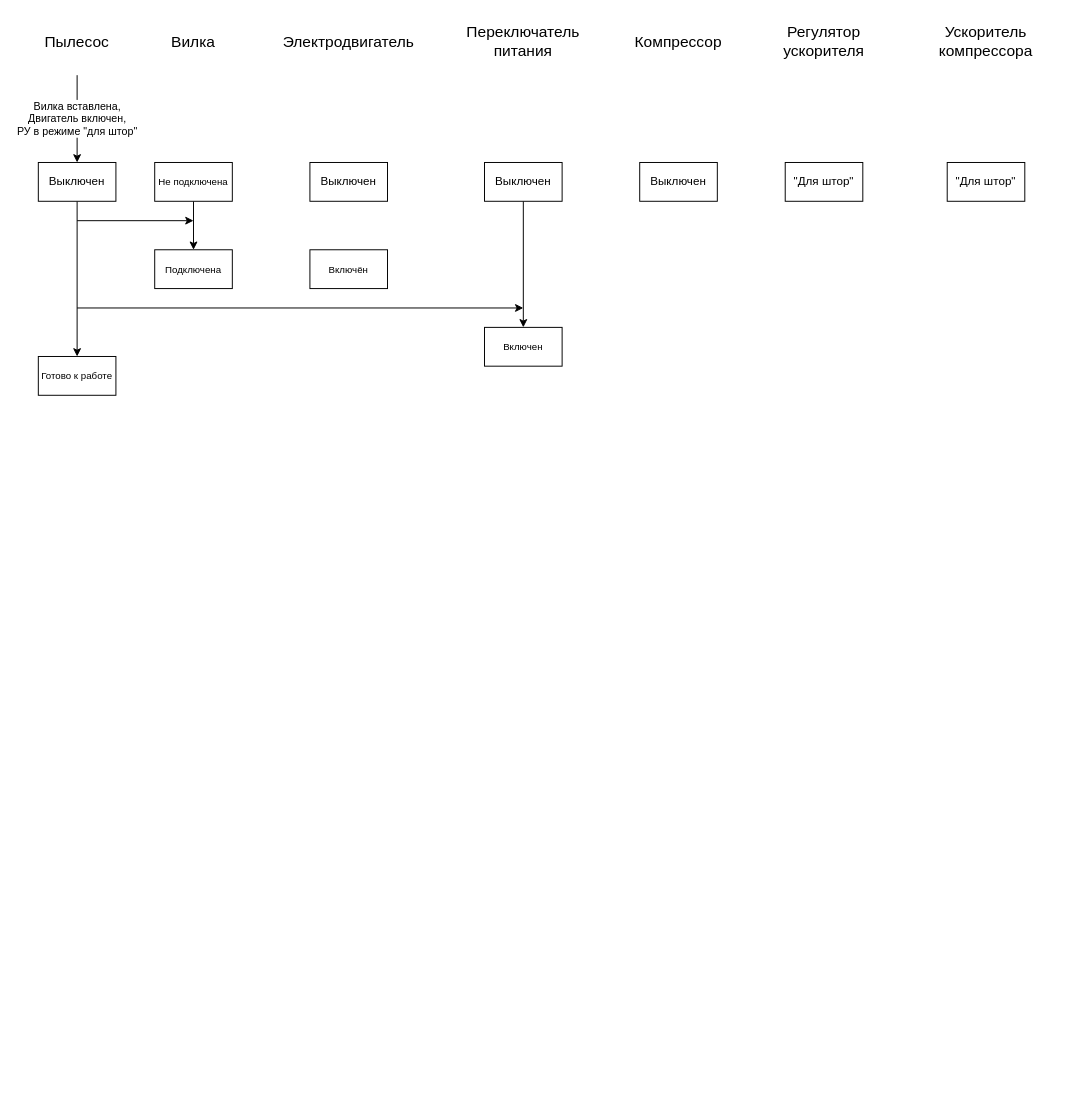
The draw.io diagram page "КУ" (4 of 5) of OOP/Lab_05/vacuum_cleaner.drawio in Yokud/4_sem_SE, before the edit. Source tidied: cells renumbered, new cells numbered last; positions are measured from the earlier drawing's top-left corner, leaving out a move shared by most shapes. Both pictures are drawn from the tidied source at 97%, with x=0, y=0 at pixel (18, 16).
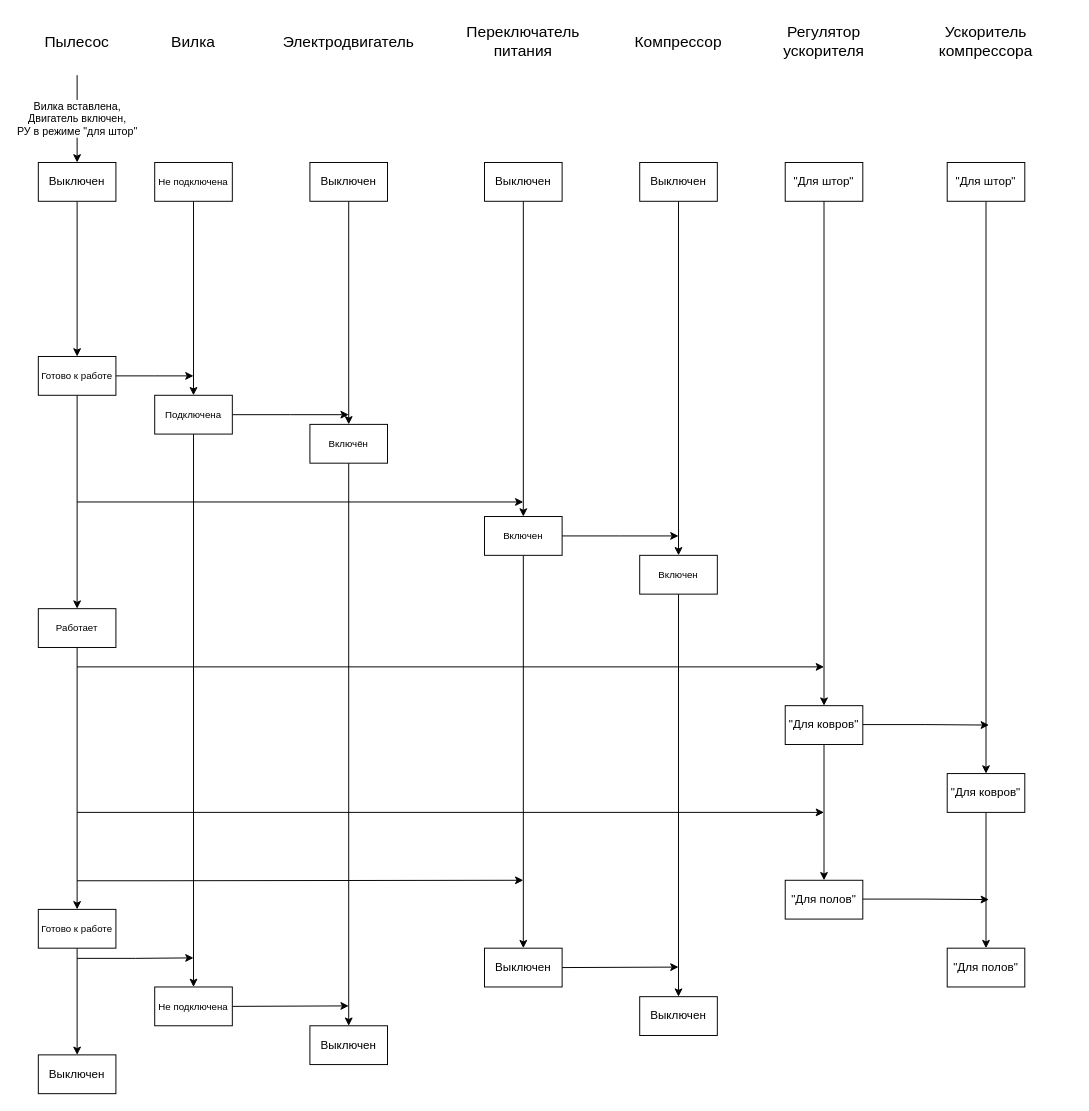
The same page after the edit.

Unchanged cells that the change refers to:
```xml
<mxCell id="14" value="Выключен" style="rounded=0;whiteSpace=wrap;html=1;" parent="1" vertex="1">
  <mxGeometry x="300" y="150" width="80" height="40" as="geometry" />
</mxCell>
<mxCell id="17" value="Выключен" style="rounded=0;whiteSpace=wrap;html=1;" parent="1" vertex="1">
  <mxGeometry x="640" y="150" width="80" height="40" as="geometry" />
</mxCell>
<mxCell id="18" value="&quot;Для штор&quot;" style="rounded=0;whiteSpace=wrap;html=1;" parent="1" vertex="1">
  <mxGeometry x="790" y="150" width="80" height="40" as="geometry" />
</mxCell>
<mxCell id="19" value="&quot;Для штор&quot;" style="rounded=0;whiteSpace=wrap;html=1;" parent="1" vertex="1">
  <mxGeometry x="957" y="150" width="80" height="40" as="geometry" />
</mxCell>
<mxCell id="22" value="&lt;span style=&quot;font-size: 10px&quot;&gt;Готово к работе&lt;/span&gt;" style="rounded=0;whiteSpace=wrap;html=1;" parent="1" vertex="1">
  <mxGeometry x="20" y="350" width="80" height="40" as="geometry" />
</mxCell>
```

What changed in the source:
```diff
@@
+    <mxCell id="26" style="edgeStyle=orthogonalEdgeStyle;rounded=0;jettySize=auto;html=1;exitX=0.5;exitY=1;exitDx=0;exitDy=0;entryX=0.5;entryY=0;entryDx=0;entryDy=0;" parent="1" edge="1" source="14" target="25">
+      <mxGeometry relative="1" as="geometry" />
+    </mxCell>
@@
+    <mxCell id="27" style="edgeStyle=orthogonalEdgeStyle;rounded=0;jettySize=auto;html=1;exitX=0.5;exitY=1;exitDx=0;exitDy=0;entryX=0.5;entryY=0;entryDx=0;entryDy=0;" parent="1" edge="1" source="17" target="41">
+      <mxGeometry relative="1" as="geometry" />
+    </mxCell>
@@
+    <mxCell id="28" style="edgeStyle=orthogonalEdgeStyle;rounded=0;jettySize=auto;html=1;exitX=0.5;exitY=1;exitDx=0;exitDy=0;entryX=0.5;entryY=0;entryDx=0;entryDy=0;" parent="1" edge="1" source="18" target="44">
+      <mxGeometry relative="1" as="geometry" />
+    </mxCell>
@@
+    <mxCell id="29" style="edgeStyle=orthogonalEdgeStyle;rounded=0;jettySize=auto;html=1;exitX=0.5;exitY=1;exitDx=0;exitDy=0;entryX=0.5;entryY=0;entryDx=0;entryDy=0;" parent="1" edge="1" source="19" target="51">
+      <mxGeometry relative="1" as="geometry" />
+    </mxCell>
@@
+    <mxCell id="30" style="edgeStyle=orthogonalEdgeStyle;rounded=0;jettySize=auto;html=1;exitX=1;exitY=0.5;exitDx=0;exitDy=0;" parent="1" edge="1" source="20">
+      <mxGeometry relative="1" as="geometry">
+        <mxPoint x="340" y="410" as="targetPoint" />
+      </mxGeometry>
+    </mxCell>
+    <mxCell id="31" style="edgeStyle=orthogonalEdgeStyle;rounded=0;jettySize=auto;html=1;exitX=0.5;exitY=1;exitDx=0;exitDy=0;entryX=0.5;entryY=0;entryDx=0;entryDy=0;" parent="1" edge="1" source="20" target="60">
+      <mxGeometry relative="1" as="geometry" />
+    </mxCell>
     <mxCell id="20" value="&lt;font style=&quot;font-size: 10px&quot;&gt;Подключена&lt;/font&gt;" style="rounded=0;whiteSpace=wrap;html=1;" parent="1" vertex="1">
-      <mxGeometry x="140" y="240" width="80" height="40" as="geometry" />
+      <mxGeometry x="140" y="390" width="80" height="40" as="geometry" />
     </mxCell>
+    <mxCell id="32" style="edgeStyle=orthogonalEdgeStyle;rounded=0;jettySize=auto;html=1;exitX=1;exitY=0.5;exitDx=0;exitDy=0;" parent="1" edge="1" source="21">
+      <mxGeometry relative="1" as="geometry">
+        <mxPoint x="680" y="535" as="targetPoint" />
+      </mxGeometry>
+    </mxCell>
+    <mxCell id="33" style="edgeStyle=orthogonalEdgeStyle;rounded=0;jettySize=auto;html=1;exitX=0.5;exitY=1;exitDx=0;exitDy=0;entryX=0.5;entryY=0;entryDx=0;entryDy=0;" parent="1" edge="1" source="21" target="56">
+      <mxGeometry relative="1" as="geometry" />
+    </mxCell>
     <mxCell id="21" value="&lt;font style=&quot;font-size: 10px&quot;&gt;Включен&lt;/font&gt;" style="rounded=0;whiteSpace=wrap;html=1;" parent="1" vertex="1">
-      <mxGeometry x="480" y="320" width="80" height="40" as="geometry" />
+      <mxGeometry x="480" y="515" width="80" height="40" as="geometry" />
     </mxCell>
+    <mxCell id="34" style="edgeStyle=orthogonalEdgeStyle;rounded=0;jettySize=auto;html=1;exitX=1;exitY=0.5;exitDx=0;exitDy=0;" parent="1" edge="1" source="22">
+      <mxGeometry relative="1" as="geometry">
+        <mxPoint x="180" y="370" as="targetPoint" />
+      </mxGeometry>
+    </mxCell>
+    <mxCell id="35" style="edgeStyle=orthogonalEdgeStyle;rounded=0;jettySize=auto;html=1;exitX=0.5;exitY=1;exitDx=0;exitDy=0;entryX=0.5;entryY=0;entryDx=0;entryDy=0;" parent="1" edge="1" source="22" target="38">
+      <mxGeometry relative="1" as="geometry" />
+    </mxCell>
@@
-    <mxCell id="23" style="endArrow=classic;html=1;" parent="1" edge="1">
-      <mxGeometry relative="1" as="geometry">
-        <mxPoint x="60" y="210" as="sourcePoint" />
-        <mxPoint x="180" y="210" as="targetPoint" />
-      </mxGeometry>
-    </mxCell>
-    <mxCell id="24" style="endArrow=classic;html=1;" parent="1" edge="1">
-      <mxGeometry relative="1" as="geometry">
-        <mxPoint x="60" y="300" as="sourcePoint" />
-        <mxPoint x="520" y="300" as="targetPoint" />
-      </mxGeometry>
-    </mxCell>
+    <mxCell id="36" style="edgeStyle=orthogonalEdgeStyle;rounded=0;jettySize=auto;html=1;exitX=0.5;exitY=1;exitDx=0;exitDy=0;entryX=0.5;entryY=0;entryDx=0;entryDy=0;" parent="1" edge="1" source="25" target="58">
+      <mxGeometry relative="1" as="geometry" />
+    </mxCell>
     <mxCell id="25" value="&lt;font style=&quot;font-size: 10px&quot;&gt;Включён&lt;/font&gt;" style="rounded=0;whiteSpace=wrap;html=1;" parent="1" vertex="1">
-      <mxGeometry x="300" y="240" width="80" height="40" as="geometry" />
+      <mxGeometry x="300" y="420" width="80" height="40" as="geometry" />
     </mxCell>
+    <mxCell id="37" style="edgeStyle=orthogonalEdgeStyle;rounded=0;jettySize=auto;html=1;exitX=0.5;exitY=1;exitDx=0;exitDy=0;entryX=0.5;entryY=0;entryDx=0;entryDy=0;" parent="1" edge="1" source="38" target="47">
+      <mxGeometry relative="1" as="geometry" />
+    </mxCell>
+    <mxCell id="38" value="&lt;span style=&quot;font-size: 10px&quot;&gt;Работает&lt;/span&gt;" style="rounded=0;whiteSpace=wrap;html=1;" parent="1" vertex="1">
+      <mxGeometry x="20" y="610" width="80" height="40" as="geometry" />
+    </mxCell>
+    <mxCell id="39" style="endArrow=classic;html=1;" parent="1" edge="1">
+      <mxGeometry relative="1" as="geometry">
+        <mxPoint x="60" y="500" as="sourcePoint" />
+        <mxPoint x="520" y="500" as="targetPoint" />
+      </mxGeometry>
+    </mxCell>
+    <mxCell id="40" style="edgeStyle=orthogonalEdgeStyle;rounded=0;jettySize=auto;html=1;exitX=0.5;exitY=1;exitDx=0;exitDy=0;entryX=0.5;entryY=0;entryDx=0;entryDy=0;" parent="1" edge="1" source="41" target="57">
+      <mxGeometry relative="1" as="geometry" />
+    </mxCell>
+    <mxCell id="41" value="&lt;font style=&quot;font-size: 10px&quot;&gt;Включен&lt;/font&gt;" style="rounded=0;whiteSpace=wrap;html=1;" parent="1" vertex="1">
+      <mxGeometry x="640" y="555" width="80" height="40" as="geometry" />
+    </mxCell>
+    <mxCell id="42" value="Выключен" style="rounded=0;whiteSpace=wrap;html=1;" parent="1" vertex="1">
+      <mxGeometry x="20" y="1070" width="80" height="40" as="geometry" />
+    </mxCell>
+    <mxCell id="43" style="edgeStyle=orthogonalEdgeStyle;rounded=0;jettySize=auto;html=1;exitX=0.5;exitY=1;exitDx=0;exitDy=0;" parent="1" edge="1" source="44" target="45">
+      <mxGeometry relative="1" as="geometry" />
+    </mxCell>
+    <mxCell id="44" value="&quot;Для ковров&quot;" style="rounded=0;whiteSpace=wrap;html=1;" parent="1" vertex="1">
+      <mxGeometry x="790" y="710" width="80" height="40" as="geometry" />
+    </mxCell>
+    <mxCell id="45" value="&quot;Для полов&quot;" style="rounded=0;whiteSpace=wrap;html=1;" parent="1" vertex="1">
+      <mxGeometry x="790" y="890" width="80" height="40" as="geometry" />
+    </mxCell>
+    <mxCell id="46" style="edgeStyle=orthogonalEdgeStyle;rounded=0;jettySize=auto;html=1;exitX=0.5;exitY=1;exitDx=0;exitDy=0;" parent="1" edge="1" source="47" target="42">
+      <mxGeometry relative="1" as="geometry" />
+    </mxCell>
+    <mxCell id="47" value="&lt;span style=&quot;font-size: 10px&quot;&gt;Готово к работе&lt;/span&gt;" style="rounded=0;whiteSpace=wrap;html=1;" parent="1" vertex="1">
+      <mxGeometry x="20" y="920" width="80" height="40" as="geometry" />
+    </mxCell>
+    <mxCell id="48" style="endArrow=classic;html=1;" parent="1" edge="1">
+      <mxGeometry relative="1" as="geometry">
+        <mxPoint x="60" y="670" as="sourcePoint" />
+        <mxPoint x="830" y="670" as="targetPoint" />
+      </mxGeometry>
+    </mxCell>
+    <mxCell id="49" style="endArrow=classic;html=1;" parent="1" edge="1">
+      <mxGeometry relative="1" as="geometry">
+        <mxPoint x="60" y="820" as="sourcePoint" />
+        <mxPoint x="830" y="820" as="targetPoint" />
+      </mxGeometry>
+    </mxCell>
+    <mxCell id="50" style="edgeStyle=orthogonalEdgeStyle;rounded=0;jettySize=auto;html=1;exitX=0.5;exitY=1;exitDx=0;exitDy=0;entryX=0.5;entryY=0;entryDx=0;entryDy=0;" parent="1" edge="1" source="51" target="52">
+      <mxGeometry relative="1" as="geometry" />
+    </mxCell>
+    <mxCell id="51" value="&quot;Для ковров&quot;" style="rounded=0;whiteSpace=wrap;html=1;" parent="1" vertex="1">
+      <mxGeometry x="957" y="780" width="80" height="40" as="geometry" />
+    </mxCell>
+    <mxCell id="52" value="&quot;Для полов&quot;" style="rounded=0;whiteSpace=wrap;html=1;" parent="1" vertex="1">
+      <mxGeometry x="957" y="960" width="80" height="40" as="geometry" />
+    </mxCell>
+    <mxCell id="53" style="edgeStyle=orthogonalEdgeStyle;rounded=0;orthogonalLoop=1;jettySize=auto;html=1;exitX=1;exitY=0.5;exitDx=0;exitDy=0;" parent="1" edge="1">
+      <mxGeometry relative="1" as="geometry">
+        <mxPoint x="870" y="729.5" as="sourcePoint" />
+        <mxPoint x="1000" y="730" as="targetPoint" />
+        <Array as="points">
+          <mxPoint x="935" y="729" />
+          <mxPoint x="1000" y="730" />
+        </Array>
+      </mxGeometry>
+    </mxCell>
+    <mxCell id="54" style="edgeStyle=orthogonalEdgeStyle;rounded=0;orthogonalLoop=1;jettySize=auto;html=1;exitX=1;exitY=0.5;exitDx=0;exitDy=0;" parent="1" edge="1">
+      <mxGeometry relative="1" as="geometry">
+        <mxPoint x="870" y="909.4" as="sourcePoint" />
+        <mxPoint x="1000" y="909.9" as="targetPoint" />
+        <Array as="points">
+          <mxPoint x="935" y="908.9" />
+          <mxPoint x="1000" y="909.9" />
+        </Array>
+      </mxGeometry>
+    </mxCell>
+    <mxCell id="55" style="edgeStyle=orthogonalEdgeStyle;rounded=0;jettySize=auto;html=1;exitX=1;exitY=0.5;exitDx=0;exitDy=0;" parent="1" edge="1" source="56">
+      <mxGeometry relative="1" as="geometry">
+        <mxPoint x="680" y="979.5" as="targetPoint" />
+      </mxGeometry>
+    </mxCell>
+    <mxCell id="56" value="Выключен" style="rounded=0;whiteSpace=wrap;html=1;" parent="1" vertex="1">
+      <mxGeometry x="480" y="960" width="80" height="40" as="geometry" />
+    </mxCell>
+    <mxCell id="57" value="Выключен" style="rounded=0;whiteSpace=wrap;html=1;" parent="1" vertex="1">
+      <mxGeometry x="640" y="1010" width="80" height="40" as="geometry" />
+    </mxCell>
+    <mxCell id="58" value="Выключен" style="rounded=0;whiteSpace=wrap;html=1;" parent="1" vertex="1">
+      <mxGeometry x="300" y="1040" width="80" height="40" as="geometry" />
+    </mxCell>
+    <mxCell id="59" style="edgeStyle=orthogonalEdgeStyle;rounded=0;jettySize=auto;html=1;exitX=1;exitY=0.5;exitDx=0;exitDy=0;" parent="1" edge="1" source="60">
+      <mxGeometry relative="1" as="geometry">
+        <mxPoint x="340" y="1019.5" as="targetPoint" />
+      </mxGeometry>
+    </mxCell>
+    <mxCell id="60" value="&lt;font style=&quot;font-size: 10px&quot;&gt;Не подключена&lt;/font&gt;" style="rounded=0;whiteSpace=wrap;html=1;" parent="1" vertex="1">
+      <mxGeometry x="140" y="1000" width="80" height="40" as="geometry" />
+    </mxCell>
+    <mxCell id="61" style="edgeStyle=orthogonalEdgeStyle;rounded=0;orthogonalLoop=1;jettySize=auto;html=1;exitX=1;exitY=0.5;exitDx=0;exitDy=0;" parent="1" edge="1">
+      <mxGeometry relative="1" as="geometry">
+        <mxPoint x="60" y="970.5" as="sourcePoint" />
+        <mxPoint x="180" y="970" as="targetPoint" />
+        <Array as="points">
+          <mxPoint x="120" y="971" />
+          <mxPoint x="180" y="970" />
+        </Array>
+      </mxGeometry>
+    </mxCell>
+    <mxCell id="62" style="edgeStyle=orthogonalEdgeStyle;rounded=0;orthogonalLoop=1;jettySize=auto;html=1;exitX=1;exitY=0.5;exitDx=0;exitDy=0;" parent="1" edge="1">
+      <mxGeometry relative="1" as="geometry">
+        <mxPoint x="60" y="890.5" as="sourcePoint" />
+        <mxPoint x="520" y="890" as="targetPoint" />
+        <Array as="points">
+          <mxPoint x="130" y="890" />
+        </Array>
+      </mxGeometry>
+    </mxCell>
```
